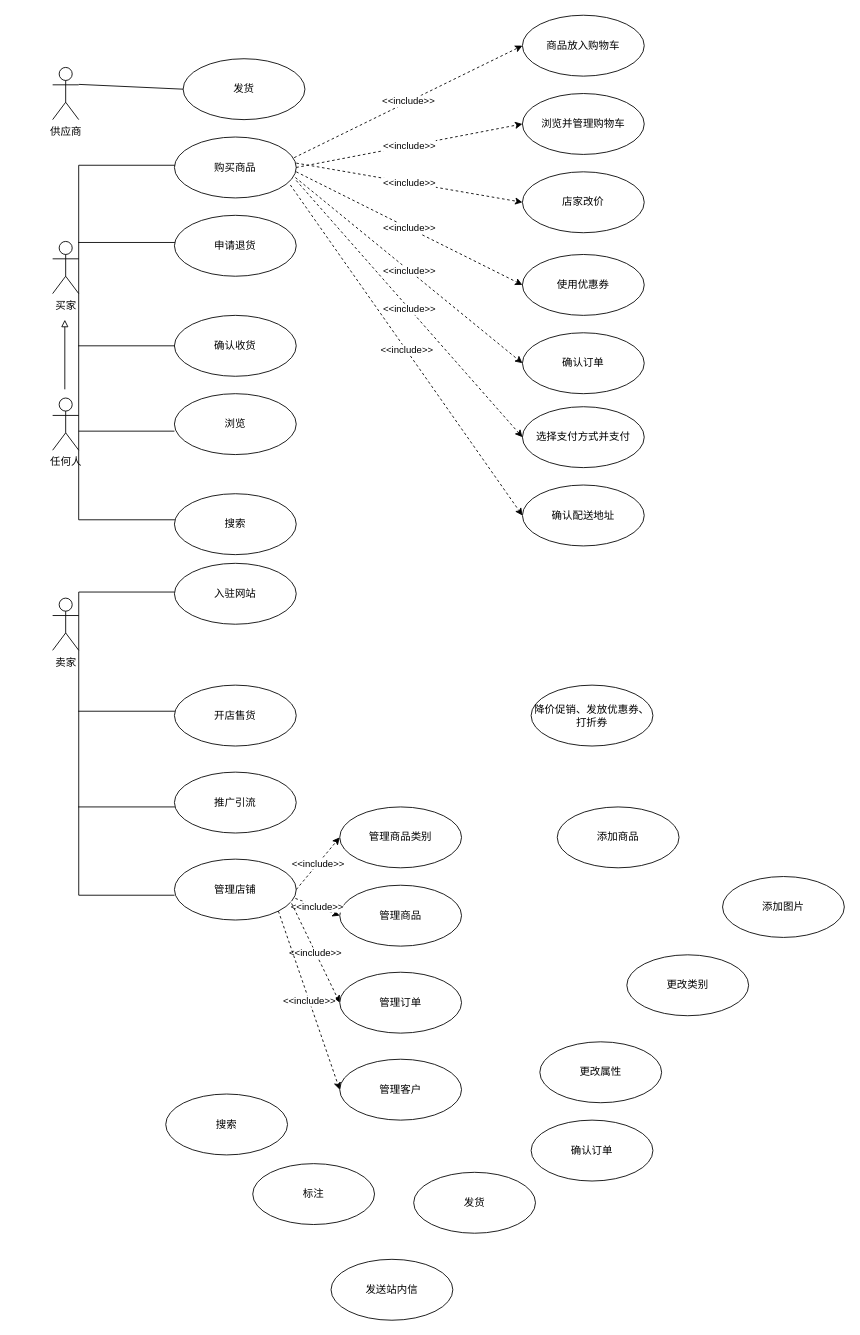
Before: UMLA.drawio in RogerQianPeng/Roger-s, a draw.io diagram. Source tidied: cells renumbered, new cells numbered last; positions are measured from the earlier drawing's top-left corner, leaving out a move shared by most shapes. Both pictures are drawn from the tidied source at 87%, with x=0, y=0 at pixel (-51, 15).
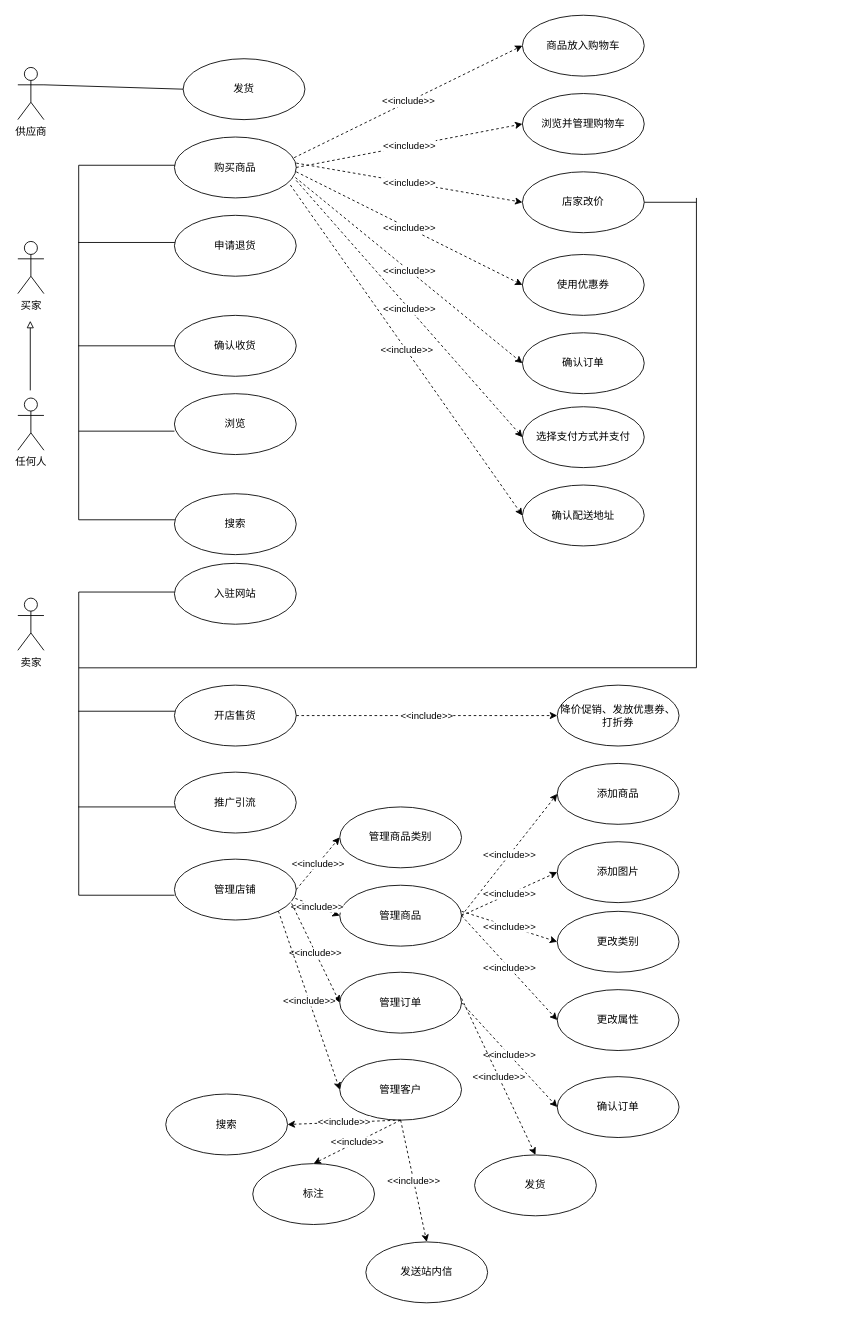
The same diagram, later.

The change refers to these unchanged cells:
```xml
<mxCell id="7" value="开店售货" style="ellipse;whiteSpace=wrap;html=1;" parent="1" vertex="1">
  <mxGeometry x="259" y="770" width="140" height="70" as="geometry" />
</mxCell>
<mxCell id="16" value="店家改价" style="ellipse;whiteSpace=wrap;html=1;" parent="1" vertex="1">
  <mxGeometry x="659" y="180" width="140" height="70" as="geometry" />
</mxCell>
<mxCell id="17" value="发货" style="ellipse;whiteSpace=wrap;html=1;" parent="1" vertex="1">
  <mxGeometry x="269" y="50" width="140" height="70" as="geometry" />
</mxCell>
<mxCell id="26" value="管理商品" style="ellipse;whiteSpace=wrap;html=1;" parent="1" vertex="1">
  <mxGeometry x="449" y="1000" width="140" height="70" as="geometry" />
</mxCell>
<mxCell id="27" value="管理订单" style="ellipse;whiteSpace=wrap;html=1;" parent="1" vertex="1">
  <mxGeometry x="449" y="1100" width="140" height="70" as="geometry" />
</mxCell>
<mxCell id="28" value="管理客户" style="ellipse;whiteSpace=wrap;html=1;" parent="1" vertex="1">
  <mxGeometry x="449" y="1200" width="140" height="70" as="geometry" />
</mxCell>
<mxCell id="35" value="搜索" style="ellipse;whiteSpace=wrap;html=1;" parent="1" vertex="1">
  <mxGeometry x="249" y="1240" width="140" height="70" as="geometry" />
</mxCell>
<mxCell id="36" value="标注" style="ellipse;whiteSpace=wrap;html=1;" parent="1" vertex="1">
  <mxGeometry x="349" y="1320" width="140" height="70" as="geometry" />
</mxCell>
<mxCell id="42" style="shape=partialRectangle;whiteSpace=wrap;html=1;bottom=1;right=1;left=1;top=0;fillColor=none;routingCenterX=-0.5;rotation=90;" parent="1" vertex="1">
  <mxGeometry x="29.5" y="782.5" width="348.5" height="109.5" as="geometry" />
</mxCell>
```

Change to the diagram source:
```diff
@@
     <mxCell id="2" value="任何人" style="shape=umlActor;verticalLabelPosition=bottom;verticalAlign=top;html=1;" parent="1" vertex="1">
-      <mxGeometry x="119" y="440" width="30" height="60" as="geometry" />
+      <mxGeometry x="79" y="440" width="30" height="60" as="geometry" />
     </mxCell>
     <mxCell id="3" value="买家" style="shape=umlActor;verticalLabelPosition=bottom;verticalAlign=top;html=1;" parent="1" vertex="1">
-      <mxGeometry x="119" y="260" width="30" height="60" as="geometry" />
+      <mxGeometry x="79" y="260" width="30" height="60" as="geometry" />
     </mxCell>
     <mxCell id="4" value="卖家" style="shape=umlActor;verticalLabelPosition=bottom;verticalAlign=top;html=1;" parent="1" vertex="1">
-      <mxGeometry x="119" y="670" width="30" height="60" as="geometry" />
+      <mxGeometry x="79" y="670" width="30" height="60" as="geometry" />
     </mxCell>
     <mxCell id="5" style="endArrow=block;html=1;endFill=0;" parent="1" edge="1">
       <mxGeometry relative="1" as="geometry">
-        <mxPoint x="133" y="430" as="sourcePoint" />
-        <mxPoint x="133" y="350" as="targetPoint" />
+        <mxPoint x="93.3" y="431.2" as="sourcePoint" />
+        <mxPoint x="93.3" y="351.2" as="targetPoint" />
       </mxGeometry>
     </mxCell>
@@
     <mxCell id="9" value="供应商" style="shape=umlActor;verticalLabelPosition=bottom;verticalAlign=top;html=1;" parent="1" vertex="1">
-      <mxGeometry x="119" y="60" width="30" height="60" as="geometry" />
+      <mxGeometry x="79" y="60" width="30" height="60" as="geometry" />
     </mxCell>
@@
     <mxCell id="12" value="降价促销、发放优惠券、打折券" style="ellipse;whiteSpace=wrap;html=1;" parent="1" vertex="1">
-      <mxGeometry x="669" y="770" width="140" height="70" as="geometry" />
+      <mxGeometry x="699" y="770" width="140" height="70" as="geometry" />
     </mxCell>
@@
     <mxCell id="29" value="添加商品" style="ellipse;whiteSpace=wrap;html=1;" parent="1" vertex="1">
-      <mxGeometry x="699" y="910" width="140" height="70" as="geometry" />
+      <mxGeometry x="699" y="860" width="140" height="70" as="geometry" />
     </mxCell>
     <mxCell id="30" value="添加图片" style="ellipse;whiteSpace=wrap;html=1;" parent="1" vertex="1">
-      <mxGeometry x="889" y="990" width="140" height="70" as="geometry" />
+      <mxGeometry x="699" y="950" width="140" height="70" as="geometry" />
     </mxCell>
     <mxCell id="31" value="更改类别" style="ellipse;whiteSpace=wrap;html=1;" parent="1" vertex="1">
-      <mxGeometry x="779" y="1080" width="140" height="70" as="geometry" />
+      <mxGeometry x="699" y="1030" width="140" height="70" as="geometry" />
     </mxCell>
     <mxCell id="32" value="更改属性" style="ellipse;whiteSpace=wrap;html=1;" parent="1" vertex="1">
-      <mxGeometry x="679" y="1180" width="140" height="70" as="geometry" />
+      <mxGeometry x="699" y="1120" width="140" height="70" as="geometry" />
     </mxCell>
     <mxCell id="33" value="确认订单" style="ellipse;whiteSpace=wrap;html=1;" parent="1" vertex="1">
-      <mxGeometry x="669" y="1270" width="140" height="70" as="geometry" />
+      <mxGeometry x="699" y="1220" width="140" height="70" as="geometry" />
     </mxCell>
     <mxCell id="34" value="发货" style="ellipse;whiteSpace=wrap;html=1;" parent="1" vertex="1">
-      <mxGeometry x="534" y="1330" width="140" height="70" as="geometry" />
+      <mxGeometry x="604" y="1310" width="140" height="70" as="geometry" />
     </mxCell>
@@
     <mxCell id="37" value="发送站内信" style="ellipse;whiteSpace=wrap;html=1;" parent="1" vertex="1">
-      <mxGeometry x="439" y="1430" width="140" height="70" as="geometry" />
+      <mxGeometry x="479" y="1410" width="140" height="70" as="geometry" />
     </mxCell>
-    <mxCell id="38" style="endArrow=none;html=1;exitX=0.5;exitY=0.5;exitDx=0;exitDy=0;exitPerimeter=0;entryX=0;entryY=0.5;entryDx=0;entryDy=0;" parent="1" edge="1" target="17">
-      <mxGeometry relative="1" as="geometry">
-        <mxPoint x="149" y="79.5" as="sourcePoint" />
-      </mxGeometry>
+    <mxCell id="38" style="endArrow=none;html=1;exitX=1;exitY=0.3333333333333333;exitDx=0;exitDy=0;exitPerimeter=0;entryX=0;entryY=0.5;entryDx=0;entryDy=0;" parent="1" edge="1" source="9" target="17">
+      <mxGeometry relative="1" as="geometry" />
     </mxCell>
@@
+    <mxCell id="55" value="&amp;lt;&amp;lt;include&amp;gt;&amp;gt;" style="endArrow=classic;html=1;dashed=1;entryX=0;entryY=0.5;entryDx=0;entryDy=0;exitX=1;exitY=0.5;exitDx=0;exitDy=0;" parent="1" edge="1" source="7" target="12">
+      <mxGeometry relative="1" as="geometry" />
+    </mxCell>
+    <mxCell id="56" value="&amp;lt;&amp;lt;include&amp;gt;&amp;gt;" style="endArrow=classic;html=1;dashed=1;entryX=0;entryY=0.5;entryDx=0;entryDy=0;exitX=1;exitY=0.5;exitDx=0;exitDy=0;" parent="1" edge="1" source="26" target="29">
+      <mxGeometry relative="1" as="geometry" />
+    </mxCell>
+    <mxCell id="57" value="&amp;lt;&amp;lt;include&amp;gt;&amp;gt;" style="endArrow=classic;html=1;dashed=1;entryX=0;entryY=0.5;entryDx=0;entryDy=0;" parent="1" edge="1" target="30">
+      <mxGeometry relative="1" as="geometry">
+        <mxPoint x="589" y="1035" as="sourcePoint" />
+      </mxGeometry>
+    </mxCell>
+    <mxCell id="58" value="&amp;lt;&amp;lt;include&amp;gt;&amp;gt;" style="endArrow=classic;html=1;dashed=1;entryX=0;entryY=0.5;entryDx=0;entryDy=0;" parent="1" edge="1" target="31">
+      <mxGeometry relative="1" as="geometry">
+        <mxPoint x="589" y="1030" as="sourcePoint" />
+      </mxGeometry>
+    </mxCell>
+    <mxCell id="59" value="&amp;lt;&amp;lt;include&amp;gt;&amp;gt;" style="endArrow=classic;html=1;dashed=1;entryX=0;entryY=0.5;entryDx=0;entryDy=0;exitX=1;exitY=0.5;exitDx=0;exitDy=0;" parent="1" edge="1" source="26" target="32">
+      <mxGeometry relative="1" as="geometry" />
+    </mxCell>
+    <mxCell id="60" value="&amp;lt;&amp;lt;include&amp;gt;&amp;gt;" style="endArrow=classic;html=1;dashed=1;entryX=0;entryY=0.5;entryDx=0;entryDy=0;exitX=1;exitY=0.5;exitDx=0;exitDy=0;" parent="1" edge="1" source="27" target="33">
+      <mxGeometry relative="1" as="geometry" />
+    </mxCell>
+    <mxCell id="61" value="&amp;lt;&amp;lt;include&amp;gt;&amp;gt;" style="endArrow=classic;html=1;dashed=1;entryX=0.5;entryY=0;entryDx=0;entryDy=0;" parent="1" edge="1" target="34">
+      <mxGeometry relative="1" as="geometry">
+        <mxPoint x="589" y="1130" as="sourcePoint" />
+      </mxGeometry>
+    </mxCell>
+    <mxCell id="62" value="&amp;lt;&amp;lt;include&amp;gt;&amp;gt;" style="endArrow=classic;html=1;dashed=1;entryX=0.5;entryY=0;entryDx=0;entryDy=0;" parent="1" edge="1" target="36">
+      <mxGeometry relative="1" as="geometry">
+        <mxPoint x="519" y="1270" as="sourcePoint" />
+      </mxGeometry>
+    </mxCell>
+    <mxCell id="63" value="&amp;lt;&amp;lt;include&amp;gt;&amp;gt;" style="endArrow=classic;html=1;dashed=1;entryX=1;entryY=0.5;entryDx=0;entryDy=0;" parent="1" edge="1" target="35">
+      <mxGeometry relative="1" as="geometry">
+        <mxPoint x="519" y="1270" as="sourcePoint" />
+      </mxGeometry>
+    </mxCell>
+    <mxCell id="64" style="endArrow=none;html=1;exitX=0.25;exitY=1;exitDx=0;exitDy=0;" parent="1" edge="1" source="42">
+      <mxGeometry relative="1" as="geometry">
+        <mxPoint x="859" y="750" as="targetPoint" />
+      </mxGeometry>
+    </mxCell>
+    <mxCell id="65" style="endArrow=none;html=1;" parent="1" edge="1">
+      <mxGeometry relative="1" as="geometry">
+        <mxPoint x="859" y="750" as="sourcePoint" />
+        <mxPoint x="859" y="210" as="targetPoint" />
+      </mxGeometry>
+    </mxCell>
+    <mxCell id="66" style="endArrow=none;html=1;exitX=1;exitY=0.5;exitDx=0;exitDy=0;" parent="1" edge="1" source="16">
+      <mxGeometry relative="1" as="geometry">
+        <mxPoint x="859" y="215" as="targetPoint" />
+      </mxGeometry>
+    </mxCell>
+    <mxCell id="67" value="&amp;lt;&amp;lt;include&amp;gt;&amp;gt;" style="endArrow=classic;html=1;dashed=1;entryX=0.5;entryY=0;entryDx=0;entryDy=0;exitX=0.5;exitY=1;exitDx=0;exitDy=0;" parent="1" edge="1" source="28" target="37">
+      <mxGeometry relative="1" as="geometry" />
+    </mxCell>
```
